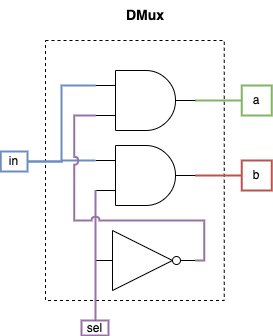
pwbrown/nand2tetris keeps this draw.io diagram as course1/project1/diagrams/dmux.png. Above is the earlier version. Source tidied: cells renumbered, new cells last; positions are measured from the earlier drawing's top-left corner, leaving out a move shared by most shapes.
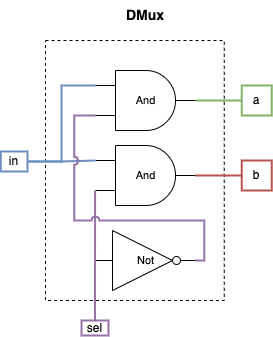
After the change.

Diff of the diagram source:
```diff
@@ -14,7 +14,7 @@
     <mxCell id="5" value="sel" style="text;html=1;align=center;verticalAlign=middle;whiteSpace=wrap;rounded=0;fillColor=none;strokeColor=#9673a6;strokeWidth=2;" parent="1" vertex="1">
       <mxGeometry x="81" y="320" width="27" height="15" as="geometry" />
     </mxCell>
-    <mxCell id="6" style="verticalLabelPosition=bottom;shadow=0;dashed=0;align=center;html=1;verticalAlign=top;shape=mxgraph.electrical.logic_gates.inverter_2;fontFamily=Helvetica;fontSize=11;fontColor=default;labelBackgroundColor=default;" parent="1" vertex="1">
+    <mxCell id="6" value="Not" style="verticalLabelPosition=middle;shadow=0;dashed=0;align=center;html=1;verticalAlign=middle;shape=mxgraph.electrical.logic_gates.inverter_2;fontFamily=Helvetica;fontSize=11;fontColor=default;labelBackgroundColor=default;labelPosition=center;" parent="1" vertex="1">
       <mxGeometry x="95" y="230" width="100" height="60" as="geometry" />
     </mxCell>
     <mxCell id="7" style="edgeStyle=orthogonalEdgeStyle;shape=connector;rounded=0;jettySize=auto;html=1;exitX=0.5;exitY=0;exitDx=0;exitDy=0;entryX=0;entryY=0.5;entryDx=0;entryDy=0;entryPerimeter=0;strokeColor=default;align=center;verticalAlign=middle;fontFamily=Helvetica;fontSize=11;fontColor=default;labelBackgroundColor=default;startFill=0;endArrow=none;" parent="1" edge="1" source="5" target="6">
@@ -27,13 +27,13 @@
     <mxCell id="8" style="edgeStyle=orthogonalEdgeStyle;shape=connector;rounded=0;jettySize=auto;html=1;exitX=1;exitY=0.5;exitDx=0;exitDy=0;exitPerimeter=0;entryX=0;entryY=0.5;entryDx=0;entryDy=0;strokeColor=#82b366;align=center;verticalAlign=middle;fontFamily=Helvetica;fontSize=11;fontColor=default;labelBackgroundColor=default;startFill=0;endArrow=none;fillColor=#d5e8d4;strokeWidth=2;" parent="1" edge="1" source="9" target="16">
       <mxGeometry relative="1" as="geometry" />
     </mxCell>
-    <mxCell id="9" style="verticalLabelPosition=bottom;shadow=0;dashed=0;align=center;html=1;verticalAlign=top;shape=mxgraph.electrical.logic_gates.logic_gate;operation=and;fontFamily=Helvetica;fontSize=11;fontColor=default;labelBackgroundColor=default;" parent="1" vertex="1">
+    <mxCell id="9" value="And" style="verticalLabelPosition=middle;shadow=0;dashed=0;align=center;html=1;verticalAlign=middle;shape=mxgraph.electrical.logic_gates.logic_gate;operation=and;fontFamily=Helvetica;fontSize=11;fontColor=default;labelBackgroundColor=default;labelPosition=center;" parent="1" vertex="1">
       <mxGeometry x="95" y="70" width="100" height="60" as="geometry" />
     </mxCell>
     <mxCell id="10" style="edgeStyle=orthogonalEdgeStyle;shape=connector;rounded=0;jettySize=auto;html=1;exitX=1;exitY=0.5;exitDx=0;exitDy=0;exitPerimeter=0;entryX=0;entryY=0.5;entryDx=0;entryDy=0;strokeColor=#b85450;align=center;verticalAlign=middle;fontFamily=Helvetica;fontSize=11;fontColor=default;labelBackgroundColor=default;startFill=0;endArrow=none;fillColor=#f8cecc;strokeWidth=2;" parent="1" edge="1" source="11" target="17">
       <mxGeometry relative="1" as="geometry" />
     </mxCell>
-    <mxCell id="11" style="verticalLabelPosition=bottom;shadow=0;dashed=0;align=center;html=1;verticalAlign=top;shape=mxgraph.electrical.logic_gates.logic_gate;operation=and;fontFamily=Helvetica;fontSize=11;fontColor=default;labelBackgroundColor=default;" parent="1" vertex="1">
+    <mxCell id="11" value="And" style="verticalLabelPosition=middle;shadow=0;dashed=0;align=center;html=1;verticalAlign=middle;shape=mxgraph.electrical.logic_gates.logic_gate;operation=and;fontFamily=Helvetica;fontSize=11;fontColor=default;labelBackgroundColor=default;labelPosition=center;" parent="1" vertex="1">
       <mxGeometry x="95" y="145" width="100" height="60" as="geometry" />
     </mxCell>
     <mxCell id="12" style="edgeStyle=orthogonalEdgeStyle;shape=connector;rounded=0;jettySize=auto;html=1;exitX=1;exitY=0.5;exitDx=0;exitDy=0;entryX=0;entryY=0.25;entryDx=0;entryDy=0;entryPerimeter=0;strokeColor=#6c8ebf;align=center;verticalAlign=middle;fontFamily=Helvetica;fontSize=11;fontColor=default;labelBackgroundColor=default;startFill=0;endArrow=none;fillColor=#dae8fc;strokeWidth=2;" parent="1" edge="1" source="4" target="9">
```
